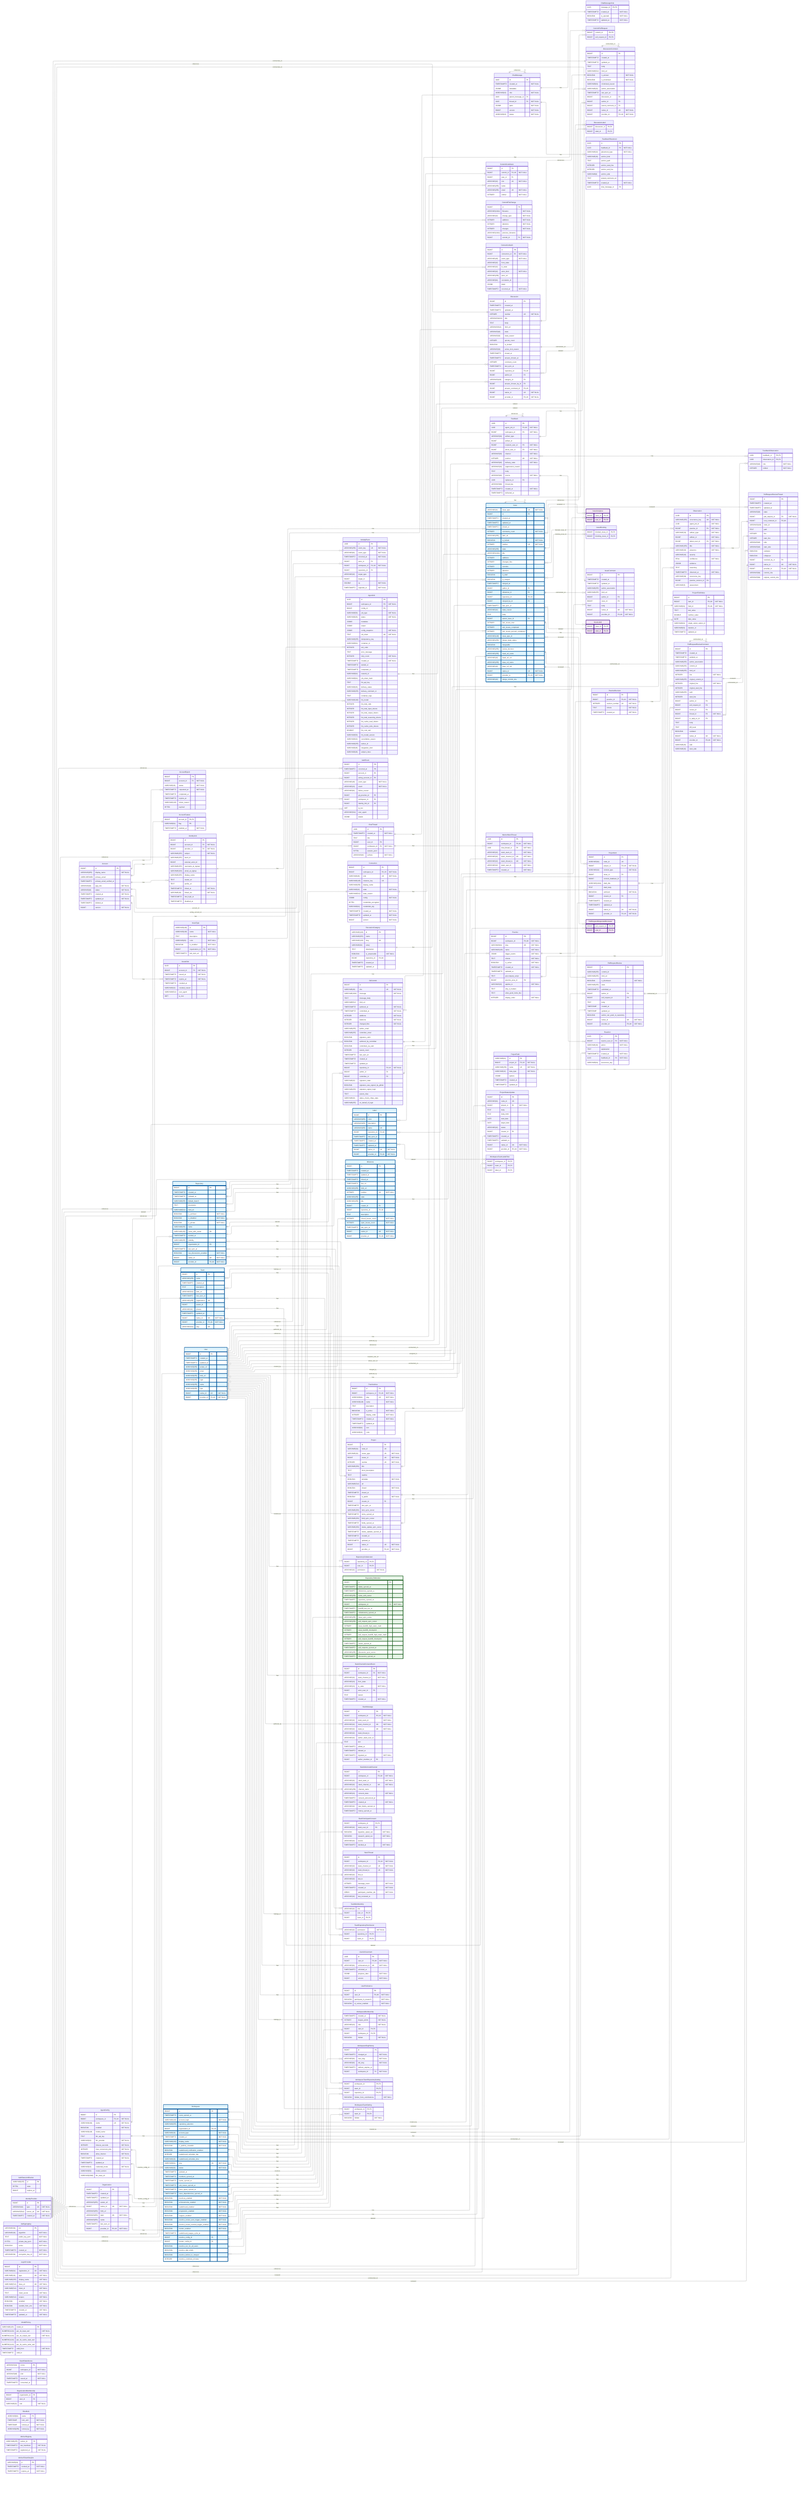
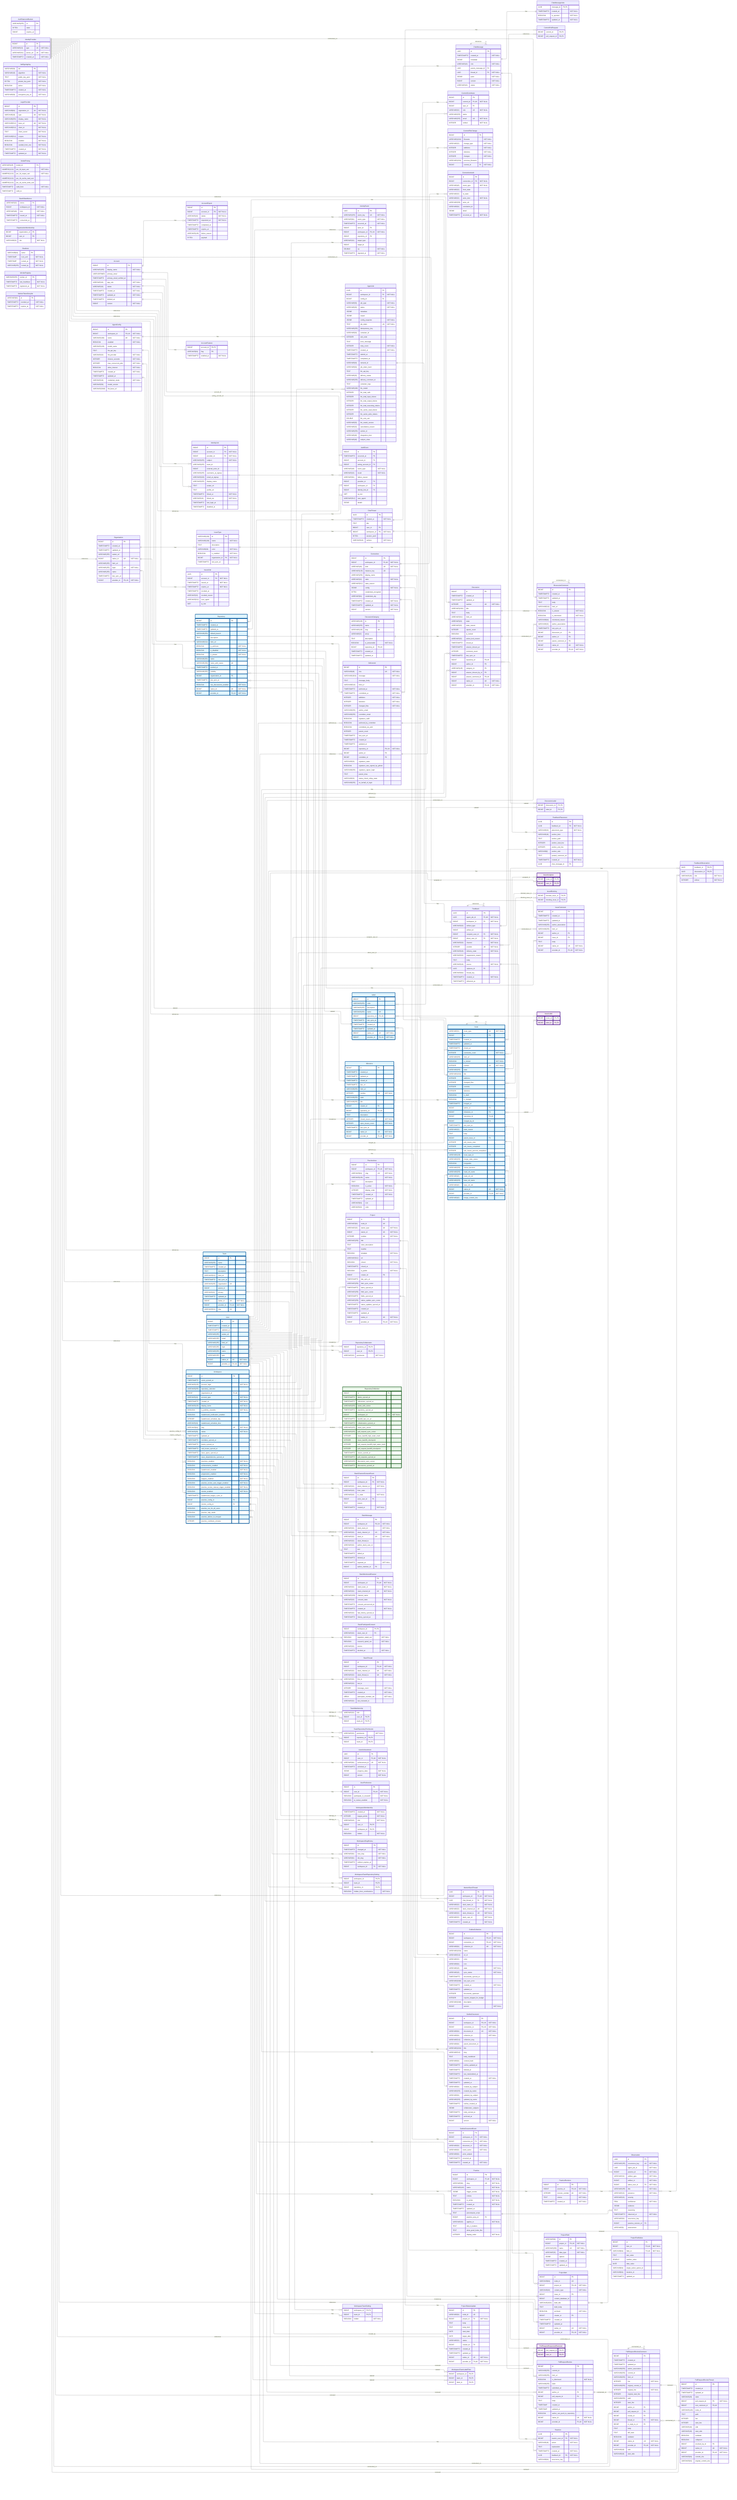
---
config:
    layout: elk
---
erDiagram
    %% Generated automatically from PostgreSQL database schema
    %% using scripts/generate-mermaid-erd.ts
    %% To regenerate: pnpm run db:generate-erd-docs

    direction LR

    Account {
        BIGINT id PK
        VARCHAR(255) display_name "NOT NULL"
        USER-DEFINED primary_email
        TIMESTAMPTZ primary_email_verified_at
        VARCHAR(16) app_role "NOT NULL"
        VARCHAR(16) status "NOT NULL"
        TIMESTAMPTZ created_at "NOT NULL"
        TIMESTAMPTZ updated_at "NOT NULL"
        TIMESTAMPTZ deleted_at
        BIGINT version "NOT NULL"
    }

    AccountExport {
        BIGINT id PK
        BIGINT account_id FK "NOT NULL"
        VARCHAR(16) status "NOT NULL"
        TIMESTAMPTZ requested_at "NOT NULL"
        TIMESTAMPTZ completed_at
        TIMESTAMPTZ expires_at
        VARCHAR(128) failure_reason
        BYTEA payload
    }

    AccountFeature {
        BIGINT account_id PK,FK
        VARCHAR(64) flag PK
        TIMESTAMPTZ enabled_at "NOT NULL"
    }

    ActivityEvent {
        UUID id PK
        VARCHAR(255) event_key UK "NOT NULL"
        VARCHAR(64) event_type "NOT NULL"
        TIMESTAMPTZ occurred_at "NOT NULL"
        BIGINT actor_id FK
        BIGINT workspace_id FK,UK "NOT NULL"
        BIGINT repository_id FK
        VARCHAR(32) target_type
        BIGINT target_id
        DOUBLE xp "NOT NULL"
        TIMESTAMPTZ ingested_at "NOT NULL"
    }

    AgentConfig {
        BIGINT id PK
        BIGINT workspace_id FK,UK "NOT NULL"
        VARCHAR(100) name UK "NOT NULL"
        BOOLEAN enabled "NOT NULL"
        VARCHAR(128) model_name
        TEXT llm_api_key
        VARCHAR(32) llm_provider "NOT NULL"
        INTEGER timeout_seconds "NOT NULL"
        INTEGER max_concurrent_jobs "NOT NULL"
        BOOLEAN allow_internet "NOT NULL"
        TIMESTAMPTZ created_at "NOT NULL"
        TIMESTAMPTZ updated_at
        VARCHAR(16) credential_mode "NOT NULL"
        VARCHAR(50) model_version
        VARCHAR(2048) llm_base_url
    }

    AgentJob {
        UUID id PK
        BIGINT workspace_id FK "NOT NULL"
        BIGINT config_id FK
        VARCHAR(50) job_type "NOT NULL"
        VARCHAR(20) status "NOT NULL"
        JSONB metadata
        JSONB output
        JSONB config_snapshot "NOT NULL"
        TEXT job_token UK "NOT NULL"
        VARCHAR(255) idempotency_key
        VARCHAR(64) container_id
        INTEGER exit_code
        TEXT error_message
        INTEGER retry_count "NOT NULL"
        TIMESTAMPTZ created_at "NOT NULL"
        TIMESTAMPTZ started_at
        TIMESTAMPTZ completed_at
        VARCHAR(64) network_id
        VARCHAR(64) job_token_hash
        TEXT llm_api_key
        VARCHAR(20) delivery_status
        VARCHAR(255) delivery_comment_id
        TEXT container_logs
        VARCHAR(100) llm_model
        INTEGER llm_total_calls
        INTEGER llm_total_input_tokens
        INTEGER llm_total_output_tokens
        INTEGER llm_total_reasoning_tokens
        INTEGER llm_cache_read_tokens
        INTEGER llm_cache_write_tokens
        DOUBLE llm_cost_usd
        VARCHAR(50) llm_model_version
        VARCHAR(32) cancellation_reason
        VARCHAR(255) worker_id
        VARCHAR(48) integration_kind
        VARCHAR(48) subject_class
    }

    AuthEvent {
        BIGINT id PK
        TIMESTAMPTZ occurred_at PK
        BIGINT account_id FK
        BIGINT acting_account_id FK
        VARCHAR(48) event_type "NOT NULL"
        VARCHAR(16) result "NOT NULL"
        VARCHAR(64) failure_reason
-         BIGINT git_provider_id FK
+         BIGINT provider_id FK
        BIGINT workspace_id FK
        BIGINT identity_link_id FK
        INET ip_inet
        VARCHAR(512) user_agent
        JSONB details
    }

    AuthRateLimitBucket {
        VARCHAR(255) id PK
        BYTEA state
        BIGINT expires_at
    }

    ChatMessage {
        UUID id PK
        TIMESTAMPTZ created_at "NOT NULL"
        JSONB metadata
        VARCHAR(16) role "NOT NULL"
        UUID parent_message_id FK
        UUID thread_id FK "NOT NULL"
        JSONB parts "NOT NULL"
        BIGINT version "NOT NULL"
        VARCHAR(16) status "NOT NULL"
    }

    ChatMessageVote {
        UUID message_id PK,FK
        TIMESTAMPTZ created_at "NOT NULL"
        BOOLEAN is_upvoted "NOT NULL"
        TIMESTAMPTZ updated_at "NOT NULL"
    }

    ChatThread {
        UUID id PK
        TIMESTAMPTZ created_at "NOT NULL"
        TEXT title
        BIGINT user_id FK
        BIGINT workspace_id FK "NOT NULL"
        BYTEA session_jsonl
        VARCHAR(16) surface "NOT NULL"
    }

    CommitContributor {
        BIGINT id PK
        BIGINT commit_id FK,UK "NOT NULL"
        BIGINT user_id FK
        VARCHAR(32) role UK "NOT NULL"
        VARCHAR(255) name
        VARCHAR(255) email UK "NOT NULL"
        INTEGER ordinal "NOT NULL"
    }

    CommitFileChange {
        BIGINT id PK
        VARCHAR(1024) filename "NOT NULL"
        VARCHAR(32) change_type "NOT NULL"
        INTEGER additions "NOT NULL"
        INTEGER deletions "NOT NULL"
        INTEGER changes "NOT NULL"
        VARCHAR(1024) previous_filename
        BIGINT commit_id FK "NOT NULL"
    }

    CommitPullRequest {
        BIGINT commit_id PK,FK
        BIGINT pull_request_id PK,FK
    }

    Connection {
        BIGINT id PK
        BIGINT workspace_id FK,UK "NOT NULL"
        VARCHAR(48) kind UK "NOT NULL"
        VARCHAR(128) instance_key UK
        VARCHAR(256) display_name
        VARCHAR(32) state "NOT NULL"
        VARCHAR(512) state_reason
        JSONB config "NOT NULL"
        BYTEA credentials_encrypted
        VARCHAR(64) credentials_alg
        TIMESTAMPTZ created_at "NOT NULL"
        TIMESTAMPTZ updated_at "NOT NULL"
        BIGINT version "NOT NULL"
    }

    ConnectionAudit {
        BIGINT id PK
        BIGINT connection_id FK "NOT NULL"
        VARCHAR(48) event_type "NOT NULL"
        VARCHAR(32) from_state
        VARCHAR(32) to_state
        VARCHAR(32) actor_kind "NOT NULL"
        VARCHAR(256) actor_ref
        VARCHAR(64) correlation_id
        JSONB detail
        TIMESTAMPTZ occurred_at "NOT NULL"
    }

    Discussion {
        BIGINT id PK
        TIMESTAMPTZ created_at
        TIMESTAMPTZ updated_at
        INTEGER number UK "NOT NULL"
        VARCHAR(1024) title
        TEXT body
        VARCHAR(512) html_url
        VARCHAR(16) state
        VARCHAR(32) state_reason
        INTEGER upvote_count
        BOOLEAN is_locked
        VARCHAR(32) active_lock_reason
        TIMESTAMPTZ closed_at
        TIMESTAMPTZ answer_chosen_at
        INTEGER comment_count
        TIMESTAMPTZ last_sync_at
        BIGINT repository_id FK,UK
        BIGINT author_id FK
        VARCHAR(128) category_id FK
        BIGINT answer_chosen_by_id FK
        BIGINT answer_comment_id FK,UK
        BIGINT native_id UK "NOT NULL"
        BIGINT provider_id FK,UK "NOT NULL"
    }

    DiscussionCategory {
        VARCHAR(128) id PK
        VARCHAR(255) name
        VARCHAR(128) slug UK
        VARCHAR(32) emoji
        TEXT description
        BOOLEAN is_answerable "NOT NULL"
        BIGINT repository_id FK,UK
        TIMESTAMPTZ created_at
        TIMESTAMPTZ updated_at
    }

    DiscussionComment {
        BIGINT id PK
        TIMESTAMPTZ created_at
        TIMESTAMPTZ updated_at
        TEXT body
        VARCHAR(512) html_url
        BOOLEAN is_answer "NOT NULL"
        BOOLEAN is_minimized "NOT NULL"
        VARCHAR(64) minimized_reason
        VARCHAR(32) author_association
        TIMESTAMPTZ last_sync_at
        BIGINT discussion_id FK
        BIGINT author_id FK
        BIGINT parent_comment_id FK
        BIGINT native_id UK "NOT NULL"
        BIGINT provider_id FK,UK "NOT NULL"
    }

    DiscussionLabel {
        BIGINT discussion_id PK,FK
        BIGINT label_id PK,FK
    }

    Feedback {
        UUID id PK
        UUID agent_job_id FK,UK "NOT NULL"
        BIGINT workspace_id FK "NOT NULL"
        VARCHAR(32) artifact_type
        BIGINT artifact_id
        BIGINT recipient_user_id FK "NOT NULL"
        BIGINT about_user_id FK "NOT NULL"
        VARCHAR(32) channel "NOT NULL"
        INTEGER position UK "NOT NULL"
        VARCHAR(16) delivery_state "NOT NULL"
        VARCHAR(32) suppression_reason
        TEXT body
        VARCHAR(16) source "NOT NULL"
        UUID replaces_id FK
        VARCHAR(64) thread_key
        TIMESTAMPTZ created_at "NOT NULL"
        TIMESTAMPTZ delivered_at
    }

    FeedbackObservation {
        UUID feedback_id PK,FK
        UUID observation_id PK,FK
        VARCHAR(16) role "NOT NULL"
        INTEGER ordinal "NOT NULL"
    }

    FeedbackPlacement {
        UUID id PK
        UUID feedback_id FK "NOT NULL"
        VARCHAR(32) placement_type "NOT NULL"
        VARCHAR(16) anchor_kind
        TEXT anchor_path
        INTEGER anchor_start_line
        INTEGER anchor_end_line
        VARCHAR(8) anchor_side
        TEXT posted_comment_ref
        TIMESTAMPTZ created_at "NOT NULL"
        UUID chat_message_id FK
    }

    GitCommit {
        BIGINT id PK
        VARCHAR(40) sha UK "NOT NULL"
        VARCHAR(1024) message "NOT NULL"
        TEXT message_body
        VARCHAR(512) html_url
        TIMESTAMPTZ authored_at "NOT NULL"
        TIMESTAMPTZ committed_at "NOT NULL"
        INTEGER additions "NOT NULL"
        INTEGER deletions "NOT NULL"
        INTEGER changed_files "NOT NULL"
        VARCHAR(255) author_email
        VARCHAR(255) committer_email
        BOOLEAN signature_valid
        BOOLEAN authored_by_committer
        BOOLEAN committed_via_web
        INTEGER parent_count
        TIMESTAMPTZ last_sync_at
        TIMESTAMPTZ created_at
        TIMESTAMPTZ updated_at
        BIGINT repository_id FK,UK "NOT NULL"
        BIGINT author_id FK
        BIGINT committer_id FK
        VARCHAR(32) signature_state
        BOOLEAN signature_was_signed_by_github
        VARCHAR(255) signature_signer_login
        TEXT parent_shas
        VARCHAR(32) status_check_rollup_state
        VARCHAR(255) on_behalf_of_login
    }

    IdentityLink {
        BIGINT id PK
        BIGINT account_id FK "NOT NULL"
        BIGINT provider_id FK "NOT NULL"
        VARCHAR(255) subject "NOT NULL"
        VARCHAR(255) team_id
        BIGINT external_actor_id
        VARCHAR(255) username_at_signup
        VARCHAR(320) email_at_signup
        VARCHAR(255) display_name
        TEXT avatar_url
        TEXT profile_url
        TIMESTAMPTZ linked_at "NOT NULL"
        VARCHAR(16) linked_via "NOT NULL"
        TIMESTAMPTZ last_login_at
        TIMESTAMPTZ disabled_at
    }

    IdentityProvider {
        BIGINT id PK
        VARCHAR(10) type UK "NOT NULL"
        VARCHAR(512) server_url UK "NOT NULL"
        TIMESTAMPTZ created_at "NOT NULL"
    }

    Issue {
        VARCHAR(31) issue_type UK "NOT NULL"
        BIGINT id PK
        TIMESTAMPTZ created_at
        TIMESTAMPTZ updated_at
        TIMESTAMPTZ closed_at
        INTEGER comments_count "NOT NULL"
        VARCHAR(255) html_url
        BOOLEAN is_locked "NOT NULL"
        INTEGER number UK "NOT NULL"
        VARCHAR(255) state
        VARCHAR(1024) title
        INTEGER additions
        INTEGER changed_files
        INTEGER commits
        INTEGER deletions
        BOOLEAN is_draft
        BOOLEAN is_merged
        TIMESTAMPTZ merged_at
        BIGINT author_id FK
        BIGINT milestone_id FK
        BIGINT repository_id FK,UK
        BIGINT merged_by_id FK
        TIMESTAMPTZ last_sync_at
        VARCHAR(32) state_reason
        TEXT body
        BIGINT parent_issue_id FK
        INTEGER sub_issues_total
        INTEGER sub_issues_completed
        INTEGER sub_issues_percent_completed
        VARCHAR(128) issue_type_id FK
        VARCHAR(255) merge_state_status
        BOOLEAN mergeable
        VARCHAR(255) review_decision
        VARCHAR(255) head_ref_name
        VARCHAR(40) head_ref_oid
        VARCHAR(255) base_ref_name
        VARCHAR(40) base_ref_oid
        BIGINT native_id UK "NOT NULL"
        BIGINT provider_id FK,UK "NOT NULL"
        VARCHAR(40) merge_commit_sha
    }

    IssueAssignee {
        BIGINT issue_id PK,FK
        BIGINT user_id PK,FK
    }

    IssueBlocking {
        BIGINT blocked_issue_id PK,FK
        BIGINT blocking_issue_id PK,FK
    }

    IssueComment {
        BIGINT id PK
        TIMESTAMPTZ created_at
        TIMESTAMPTZ updated_at
        VARCHAR(255) author_association
        VARCHAR(255) html_url
        BIGINT author_id FK
        BIGINT issue_id FK
        TEXT body
        BIGINT native_id UK "NOT NULL"
        BIGINT provider_id FK,UK "NOT NULL"
    }

    IssueLabel {
        BIGINT issue_id PK,FK
        BIGINT label_id PK,FK
    }

    IssueType {
        VARCHAR(128) id PK
        VARCHAR(128) name "NOT NULL"
        TEXT description
        VARCHAR(20) color "NOT NULL"
        BOOLEAN is_enabled "NOT NULL"
        BIGINT organization_id FK "NOT NULL"
        TIMESTAMPTZ last_sync_at
    }

    IssuedJwt {
        UUID jti PK
        BIGINT account_id FK "NOT NULL"
        TIMESTAMPTZ issued_at "NOT NULL"
        TIMESTAMPTZ expires_at "NOT NULL"
        TIMESTAMPTZ revoked_at
        VARCHAR(32) revoked_reason
        VARCHAR(512) user_agent
        INET ip_inet
    }

    JwtSigningKey {
        VARCHAR(64) kid PK
        VARCHAR(16) algorithm "NOT NULL"
        TEXT public_key_pem "NOT NULL"
        BYTEA private_key_pem "NOT NULL"
        BOOLEAN active "NOT NULL"
        TIMESTAMPTZ created_at "NOT NULL"
        VARCHAR(64) encryption_key_id "NOT NULL"
    }

    Label {
        BIGINT id PK
        VARCHAR(255) color
        VARCHAR(255) description
        VARCHAR(255) name UK
        BIGINT repository_id FK,UK
        TIMESTAMPTZ last_sync_at
        TIMESTAMPTZ created_at
        TIMESTAMPTZ updated_at
        BIGINT native_id UK "NOT NULL"
        BIGINT provider_id FK,UK "NOT NULL"
    }

    LoginProvider {
        BIGINT id PK
        VARCHAR(64) registration_id UK "NOT NULL"
        VARCHAR(10) type UK "NOT NULL"
        VARCHAR(255) display_name "NOT NULL"
        VARCHAR(512) base_url UK "NOT NULL"
        VARCHAR(512) client_id "NOT NULL"
        TEXT client_secret "NOT NULL"
        VARCHAR(512) scopes "NOT NULL"
        BOOLEAN enabled "NOT NULL"
        BOOLEAN seeded_from_env "NOT NULL"
        TIMESTAMPTZ created_at "NOT NULL"
        TIMESTAMPTZ updated_at "NOT NULL"
    }

    MentorSlackThread {
        UUID id PK
        BIGINT workspace_id FK,UK "NOT NULL"
        UUID chat_thread_id FK "NOT NULL"
        VARCHAR(32) slack_team_id "NOT NULL"
        VARCHAR(32) slack_channel_id UK "NOT NULL"
        VARCHAR(32) slack_thread_ts UK "NOT NULL"
        VARCHAR(32) slack_user_id "NOT NULL"
        TIMESTAMPTZ created_at "NOT NULL"
    }

    Milestone {
        BIGINT id PK
        TIMESTAMPTZ created_at
        TIMESTAMPTZ updated_at
        TIMESTAMPTZ closed_at
        TIMESTAMPTZ due_on
        VARCHAR(255) html_url
        INTEGER number UK "NOT NULL"
        VARCHAR(255) state
        VARCHAR(255) title
        BIGINT creator_id FK
        BIGINT repository_id FK,UK
        TEXT description
        INTEGER closed_issues_count "NOT NULL"
        INTEGER open_issues_count "NOT NULL"
        TIMESTAMPTZ last_sync_at
        BIGINT native_id UK "NOT NULL"
        BIGINT provider_id FK,UK "NOT NULL"
    }

    ModelPricing {
        VARCHAR(128) model_id PK
        NUMERIC(12,6) per_1k_input_usd "NOT NULL"
        NUMERIC(12,6) per_1k_output_usd "NOT NULL"
        NUMERIC(12,6) per_1k_cache_read_usd
        NUMERIC(12,6) per_1k_cache_write_usd
        TIMESTAMPTZ valid_from "NOT NULL"
        TIMESTAMPTZ valid_to
    }

    OauthStateNonce {
        VARCHAR(32) nonce PK
        BIGINT workspace_id "NOT NULL"
        VARCHAR(48) kind "NOT NULL"
        TIMESTAMPTZ issued_at "NOT NULL"
        TIMESTAMPTZ consumed_at
    }

    Observation {
        UUID id PK
        VARCHAR(255) occurrence_key UK "NOT NULL"
        UUID agent_job_id "NOT NULL"
        BIGINT practice_id FK "NOT NULL"
        VARCHAR(32) artifact_type "NOT NULL"
        BIGINT artifact_id "NOT NULL"
        BIGINT about_user_id FK "NOT NULL"
        VARCHAR(255) title "NOT NULL"
        VARCHAR(16) presence "NOT NULL"
        VARCHAR(16) severity
        REAL confidence "NOT NULL"
        JSONB evidence
        TEXT reasoning
        TIMESTAMPTZ observed_at "NOT NULL"
        VARCHAR(64) recurrence_key
        BIGINT practice_revision_id FK
        VARCHAR(8) assessment
    }

    Organization {
        BIGINT id PK
        TIMESTAMPTZ created_at
        TIMESTAMPTZ updated_at
        VARCHAR(255) avatar_url
        BIGINT native_id UK "NOT NULL"
        VARCHAR(255) html_url
        VARCHAR(255) login UK "NOT NULL"
        VARCHAR(255) name
        TIMESTAMPTZ last_sync_at
        BIGINT provider_id FK,UK "NOT NULL"
    }

    OrganizationMembership {
        BIGINT organization_id PK
        BIGINT user_id PK
        VARCHAR(32) role "NOT NULL"
    }

+     OutlineCollection {
+         BIGINT id PK
+         BIGINT workspace_id FK,UK "NOT NULL"
+         BIGINT connection_id FK,UK "NOT NULL"
+         VARCHAR(64) collection_id UK "NOT NULL"
+         VARCHAR(1024) name
+         VARCHAR(512) url_id
+         VARCHAR(32) color
+         VARCHAR(64) icon
+         VARCHAR(16) state "NOT NULL"
+         VARCHAR(16) sync_status "NOT NULL"
+         TIMESTAMPTZ documents_synced_at
+         VARCHAR(2048) last_sync_error
+         TIMESTAMPTZ created_at "NOT NULL"
+         TIMESTAMPTZ updated_at
+         INTEGER documents_upstream
+         INTEGER exports_skipped_for_budget
+         VARCHAR(2048) description
+         BIGINT version "NOT NULL"
+     }
+ 
+     OutlineDocument {
+         BIGINT id PK
+         BIGINT workspace_id FK,UK "NOT NULL"
+         BIGINT connection_id FK,UK "NOT NULL"
+         VARCHAR(64) document_id UK "NOT NULL"
+         VARCHAR(64) collection_id "NOT NULL"
+         VARCHAR(512) collection_slug
+         VARCHAR(64) parent_document_id
+         VARCHAR(1024) title
+         VARCHAR(512) slug
+         TEXT body_markdown
+         VARCHAR(64) content_hash
+         TIMESTAMPTZ outline_updated_at
+         TIMESTAMPTZ deleted_at
+         TIMESTAMPTZ last_materialized_at
+         TIMESTAMPTZ created_at "NOT NULL"
+         TIMESTAMPTZ updated_at
+         VARCHAR(64) created_by_subject
+         VARCHAR(255) created_by_name
+         VARCHAR(64) updated_by_subject
+         VARCHAR(255) updated_by_name
+         TIMESTAMPTZ outline_created_at
+         JSONB collaborator_subjects
+         TIMESTAMPTZ body_evicted_at
+         TIMESTAMPTZ archived_at
+         BIGINT version "NOT NULL"
+     }
+ 
+     OutlineDocumentEvent {
+         BIGINT id PK
+         BIGINT workspace_id FK "NOT NULL"
+         BIGINT connection_id FK "NOT NULL"
+         VARCHAR(64) document_id "NOT NULL"
+         VARCHAR(64) event_name "NOT NULL"
+         VARCHAR(64) actor_subject
+         TIMESTAMPTZ occurred_at
+         TIMESTAMPTZ created_at "NOT NULL"
+     }
+ 
    Practice {
        BIGINT id PK
        BIGINT workspace_id FK,UK "NOT NULL"
        VARCHAR(64) slug UK "NOT NULL"
        VARCHAR(128) name "NOT NULL"
        JSONB trigger_events "NOT NULL"
        TEXT criteria "NOT NULL"
        BOOLEAN is_active "NOT NULL"
        TIMESTAMPTZ created_at "NOT NULL"
        TIMESTAMPTZ updated_at
        TEXT precompute_script
        BIGINT practice_area_id FK
        VARCHAR(32) applies_to "NOT NULL"
        TEXT why_it_matters
        TEXT what_good_looks_like
        INTEGER display_order "NOT NULL"
    }

    PracticeArea {
        BIGINT id PK
        BIGINT workspace_id FK,UK "NOT NULL"
        VARCHAR(64) slug UK "NOT NULL"
        VARCHAR(128) name "NOT NULL"
        TEXT description
        BOOLEAN is_active "NOT NULL"
        INTEGER display_order "NOT NULL"
        TIMESTAMPTZ created_at "NOT NULL"
        TIMESTAMPTZ updated_at
        VARCHAR(64) icon
        VARCHAR(32) color
    }

    PracticeRevision {
        BIGINT id PK
        BIGINT practice_id FK,UK "NOT NULL"
        INTEGER revision_number UK "NOT NULL"
        TEXT criteria "NOT NULL"
        TIMESTAMPTZ created_at "NOT NULL"
    }

    Project {
        BIGINT id PK
        VARCHAR(64) node_id UK
        VARCHAR(32) owner_type UK "NOT NULL"
        BIGINT owner_id UK "NOT NULL"
        INTEGER number UK "NOT NULL"
        VARCHAR(256) title
        TEXT short_description
        TEXT readme
        BOOLEAN template "NOT NULL"
        VARCHAR(512) url
        BOOLEAN closed "NOT NULL"
        TIMESTAMPTZ closed_at
        BOOLEAN is_public "NOT NULL"
        BIGINT creator_id FK
        TIMESTAMPTZ last_sync_at
        VARCHAR(256) item_sync_cursor
        TIMESTAMPTZ items_synced_at
        VARCHAR(256) field_sync_cursor
        TIMESTAMPTZ fields_synced_at
        VARCHAR(256) status_update_sync_cursor
        TIMESTAMPTZ status_updates_synced_at
        TIMESTAMPTZ created_at
        TIMESTAMPTZ updated_at
        BIGINT native_id UK "NOT NULL"
        BIGINT provider_id FK,UK "NOT NULL"
    }

    ProjectField {
        VARCHAR(64) id PK
        BIGINT project_id FK,UK "NOT NULL"
        VARCHAR(256) name UK "NOT NULL"
        VARCHAR(32) data_type "NOT NULL"
        JSONB options
        TIMESTAMPTZ created_at
        TIMESTAMPTZ updated_at
    }

    ProjectFieldValue {
        BIGINT id PK
        BIGINT item_id FK,UK "NOT NULL"
        VARCHAR(64) field_id FK,UK "NOT NULL"
        TEXT text_value
        DOUBLE number_value
        DATE date_value
        VARCHAR(64) single_select_option_id
        VARCHAR(64) iteration_id
        TIMESTAMPTZ updated_at
    }

    ProjectItem {
        BIGINT id PK
        VARCHAR(64) node_id UK
        BIGINT project_id FK,UK "NOT NULL"
        VARCHAR(32) content_type "NOT NULL"
        BIGINT issue_id FK
        BIGINT content_database_id
        VARCHAR(1024) draft_title
        TEXT draft_body
        BOOLEAN archived "NOT NULL"
        BIGINT creator_id FK
        TIMESTAMPTZ created_at
        TIMESTAMPTZ updated_at
        BIGINT native_id UK "NOT NULL"
        BIGINT provider_id FK,UK "NOT NULL"
    }

    ProjectStatusUpdate {
        BIGINT id PK
        VARCHAR(64) node_id UK
        BIGINT project_id FK "NOT NULL"
        TEXT body
        TEXT body_html
        DATE start_date
        DATE target_date
        VARCHAR(32) status
        BIGINT creator_id FK
        TIMESTAMPTZ created_at
        TIMESTAMPTZ updated_at
        BIGINT native_id UK "NOT NULL"
        BIGINT provider_id FK,UK "NOT NULL"
    }

    PullRequestRequestedReviewer {
        BIGINT pull_request_id PK,FK
        BIGINT user_id PK,FK
    }

    PullRequestReview {
        BIGINT id PK
        VARCHAR(255) commit_id
        VARCHAR(255) html_url
        BOOLEAN is_dismissed "NOT NULL"
        VARCHAR(255) state
        TIMESTAMPTZ submitted_at
        BIGINT author_id FK
        BIGINT pull_request_id FK
        TEXT body
        TIMESTAMP created_at
        TIMESTAMP updated_at
        BOOLEAN author_can_push_to_repository
        BIGINT native_id UK "NOT NULL"
        BIGINT provider_id FK,UK "NOT NULL"
    }

    PullRequestReviewComment {
        BIGINT id PK
        TIMESTAMPTZ created_at
        TIMESTAMPTZ updated_at
        VARCHAR(255) author_association
        VARCHAR(255) commit_id
        VARCHAR(255) html_url
        INTEGER line "NOT NULL"
        VARCHAR(255) original_commit_id
        INTEGER original_line "NOT NULL"
        INTEGER original_start_line
        VARCHAR(255) path
        INTEGER start_line
        BIGINT author_id FK
        BIGINT pull_request_id FK
        BIGINT review_id FK
        BIGINT thread_id FK "NOT NULL"
        BIGINT in_reply_to_id FK
        TEXT body
        TEXT diff_hunk
        BOOLEAN outdated
        BIGINT native_id UK "NOT NULL"
        BIGINT provider_id FK,UK "NOT NULL"
        VARCHAR(16) side
        VARCHAR(16) start_side
    }

    PullRequestReviewThread {
        BIGINT id PK
        TIMESTAMPTZ created_at
        TIMESTAMPTZ updated_at
        VARCHAR(20) state
        BIGINT pull_request_id FK "NOT NULL"
        BIGINT root_comment_id FK,UK
        VARCHAR(128) node_id
        TEXT path
        INTEGER line
        INTEGER start_line
        VARCHAR(16) side
        VARCHAR(16) start_side
        BOOLEAN outdated
        BOOLEAN collapsed
        BIGINT resolved_by_id FK
        BIGINT native_id UK "NOT NULL"
        BIGINT provider_id FK,UK "NOT NULL"
        VARCHAR(64) commit_sha
        VARCHAR(64) original_commit_sha
    }

    Reaction {
        UUID id PK
        BIGINT reactor_user_id FK "NOT NULL"
        VARCHAR(16) action "NOT NULL"
        TEXT explanation
        TIMESTAMPTZ created_at "NOT NULL"
        UUID feedback_id FK "NOT NULL"
        VARCHAR(64) recurrence_key
    }

    Repository {
        BIGINT id PK
        TIMESTAMPTZ created_at
        TIMESTAMPTZ updated_at
        VARCHAR(255) default_branch
        TEXT description
        VARCHAR(512) html_url
        BOOLEAN is_archived "NOT NULL"
        BOOLEAN is_disabled "NOT NULL"
        BOOLEAN is_private "NOT NULL"
        VARCHAR(255) name
        VARCHAR(150) name_with_owner UK
        TIMESTAMPTZ pushed_at
        VARCHAR(255) visibility
        BIGINT organization_id FK
        TIMESTAMPTZ last_sync_at
        BOOLEAN has_discussions_enabled "NOT NULL"
        BIGINT native_id UK "NOT NULL"
        BIGINT provider_id FK,UK "NOT NULL"
    }

    RepositoryCollaborator {
        BIGINT repository_id PK,FK
        BIGINT user_id PK,FK
        VARCHAR(32) permission "NOT NULL"
    }

    RepositoryToMonitor {
        BIGINT id PK
        TIMESTAMPTZ labels_synced_at
        TIMESTAMPTZ milestones_synced_at
        VARCHAR(255) name_with_owner
        TIMESTAMPTZ repository_synced_at
        BIGINT workspace_id FK "NOT NULL"
        TIMESTAMPTZ backfill_last_run_at
        TIMESTAMPTZ collaborators_synced_at
        VARCHAR(255) issue_sync_cursor
        VARCHAR(255) pull_request_sync_cursor
        INTEGER issue_backfill_high_water_mark
        INTEGER issue_backfill_checkpoint
        INTEGER pull_request_backfill_high_water_mark
        INTEGER pull_request_backfill_checkpoint
        TIMESTAMPTZ issues_synced_at
        TIMESTAMPTZ pull_requests_synced_at
        VARCHAR(255) discussion_sync_cursor
        TIMESTAMPTZ discussions_synced_at
    }

    Shedlock {
        VARCHAR(64) name PK
        TIMESTAMP lock_until "NOT NULL"
        TIMESTAMP locked_at "NOT NULL"
        VARCHAR(255) locked_by "NOT NULL"
    }

    SlackChannelConsentEvent {
        BIGINT id PK
        BIGINT workspace_id FK "NOT NULL"
        VARCHAR(32) slack_channel_id "NOT NULL"
        VARCHAR(16) from_state
        VARCHAR(16) to_state "NOT NULL"
        BIGINT actor_user_id FK
        TEXT reason
        TIMESTAMPTZ created_at "NOT NULL"
    }

    SlackMessage {
        BIGINT id PK
        BIGINT workspace_id FK,UK "NOT NULL"
        VARCHAR(32) slack_team_id "NOT NULL"
        VARCHAR(32) slack_channel_id UK "NOT NULL"
        VARCHAR(32) slack_ts UK "NOT NULL"
        VARCHAR(32) slack_thread_ts
        VARCHAR(32) author_slack_user_id
        TEXT text
        TIMESTAMPTZ edited_at
        TIMESTAMPTZ deleted_at
        TIMESTAMPTZ ingested_at "NOT NULL"
        BIGINT author_member_id FK
    }

    SlackMonitoredChannel {
        BIGINT id PK
        BIGINT workspace_id FK,UK "NOT NULL"
        VARCHAR(32) slack_team_id "NOT NULL"
        VARCHAR(32) slack_channel_id UK "NOT NULL"
        VARCHAR(256) channel_name
        VARCHAR(16) consent_state "NOT NULL"
        TIMESTAMPTZ consent_announced_at
        TIMESTAMPTZ created_at "NOT NULL"
        VARCHAR(32) last_history_synced_ts
        TIMESTAMPTZ history_synced_at
    }

    SlackParticipantConsent {
        BIGINT workspace_id PK,FK
        VARCHAR(32) slack_user_id PK
        BOOLEAN ingestion_opted_out "NOT NULL"
        BOOLEAN research_opted_out "NOT NULL"
        VARCHAR(32) source
        TIMESTAMPTZ decided_at "NOT NULL"
    }

    SlackThread {
        BIGINT id PK
        BIGINT workspace_id FK,UK "NOT NULL"
        VARCHAR(32) slack_channel_id UK "NOT NULL"
        VARCHAR(32) slack_thread_ts UK "NOT NULL"
        VARCHAR(32) first_ts
        VARCHAR(32) last_ts
        INTEGER message_count "NOT NULL"
        TIMESTAMPTZ created_at "NOT NULL"
        ARRAY participant_member_ids "NOT NULL"
        VARCHAR(32) last_reviewed_ts
    }

    Team {
        BIGINT id PK
        VARCHAR(255) name
        TIMESTAMPTZ created_at
        TEXT description
        VARCHAR(512) html_url
        TIMESTAMPTZ last_sync_at
        VARCHAR(255) organization UK
        BIGINT parent_id
        VARCHAR(32) privacy
        TIMESTAMPTZ updated_at
        BIGINT native_id UK "NOT NULL"
        BIGINT provider_id FK,UK "NOT NULL"
        VARCHAR(512) slug UK
    }

    TeamMembership {
        VARCHAR(32) role
        BIGINT user_id PK,FK
        BIGINT team_id PK,FK
    }

    TeamRepositoryPermission {
        VARCHAR(32) permission "NOT NULL"
        BIGINT repository_id PK,FK
        BIGINT team_id PK,FK
    }

    User {
        BIGINT id PK
        TIMESTAMPTZ created_at
        TIMESTAMPTZ updated_at
        VARCHAR(255) avatar_url
        VARCHAR(255) email
        VARCHAR(255) html_url
        VARCHAR(255) login
        VARCHAR(255) name
        VARCHAR(255) type
        BIGINT native_id UK "NOT NULL"
        BIGINT provider_id FK,UK "NOT NULL"
    }

    UserAchievement {
        UUID id PK
        BIGINT user_id FK,UK "NOT NULL"
        VARCHAR(64) achievement_id UK "NOT NULL"
        TIMESTAMPTZ unlocked_at
        JSONB progress_data "NOT NULL"
        BIGINT version "NOT NULL"
    }

    UserPreference {
        BIGINT id PK
        BIGINT user_id FK,UK "NOT NULL"
        BOOLEAN participate_in_research "NOT NULL"
        BOOLEAN ai_review_enabled "NOT NULL"
    }

    WorkerRegistry {
        VARCHAR(255) worker_id PK
        TIMESTAMPTZ last_heartbeat "NOT NULL"
        TIMESTAMPTZ registered_at "NOT NULL"
    }

    WorkerTokenDenylist {
        VARCHAR(64) jti PK
        TIMESTAMPTZ revoked_at "NOT NULL"
        TIMESTAMPTZ expires_at "NOT NULL"
    }

    Workspace {
        BIGINT id PK
        TIMESTAMPTZ users_synced_at
        VARCHAR(120) account_login "NOT NULL"
        VARCHAR(255) repository_selection
        BIGINT organization_id FK,UK
        VARCHAR(10) account_type "NOT NULL"
        TIMESTAMPTZ created_at "NOT NULL"
        VARCHAR(120) display_name "NOT NULL"
        BOOLEAN is_publicly_viewable "NOT NULL"
        BOOLEAN leaderboard_notification_enabled
        INTEGER leaderboard_schedule_day
        VARCHAR(10) leaderboard_schedule_time
        VARCHAR(64) slug UK "NOT NULL"
        VARCHAR(20) status "NOT NULL"
        TIMESTAMPTZ updated_at
        TIMESTAMPTZ members_synced_at
        TIMESTAMPTZ teams_synced_at
        TIMESTAMPTZ sub_issues_synced_at
        TIMESTAMPTZ issue_types_synced_at
        TIMESTAMPTZ issue_dependencies_synced_at
        BOOLEAN practices_enabled "NOT NULL"
        BOOLEAN achievements_enabled "NOT NULL"
        BOOLEAN leaderboard_enabled "NOT NULL"
        BOOLEAN progression_enabled "NOT NULL"
        BOOLEAN leagues_enabled "NOT NULL"
        BOOLEAN practice_review_auto_trigger_enabled "NOT NULL"
        BOOLEAN practice_review_manual_trigger_enabled "NOT NULL"
        BOOLEAN mentor_enabled "NOT NULL"
        TIMESTAMPTZ leaderboard_league_cycle_at
        BIGINT practice_config_id FK
        BIGINT mentor_config_id FK
        BOOLEAN practice_run_for_all_users
        BOOLEAN practice_skip_drafts
        BOOLEAN practice_deliver_to_merged
        INTEGER practice_cooldown_minutes
    }

    WorkspaceMembership {
        TIMESTAMPTZ created_at "NOT NULL"
        INTEGER league_points "NOT NULL"
        VARCHAR(16) role "NOT NULL"
        BIGINT user_id PK,FK
        BIGINT workspace_id PK,FK
        BOOLEAN hidden "NOT NULL"
    }

    WorkspaceSlugHistory {
        BIGINT id PK
        TIMESTAMPTZ changed_at "NOT NULL"
        VARCHAR(64) new_slug "NOT NULL"
        VARCHAR(64) old_slug "NOT NULL"
        TIMESTAMPTZ redirect_expires_at
        BIGINT workspace_id FK "NOT NULL"
    }

    WorkspaceTeamLabelFilter {
        BIGINT workspace_id PK,FK
        BIGINT team_id PK,FK
        BIGINT label_id PK,FK
    }

    WorkspaceTeamRepositorySetting {
        BIGINT workspace_id PK,FK
        BIGINT team_id PK,FK
        BIGINT repository_id PK,FK
        BOOLEAN hidden_from_contributions "NOT NULL"
    }

    WorkspaceTeamSetting {
        BIGINT workspace_id PK,FK
        BIGINT team_id PK,FK
        BOOLEAN hidden "NOT NULL"
    }

    %% Relationships
    %% One-to-One relationships
    Account ||--|| AccountFeature : has
    Workspace ||--|| ActivityEvent : has
    Workspace ||--|| AgentConfig : has
    ChatMessage ||--|| ChatMessageVote : has
    GitCommit ||--|| CommitContributor : has
    Workspace ||--|| Connection : has
    Repository ||--|| Discussion : has
    DiscussionComment ||--|| Discussion : references
    IdentityProvider ||--|| Discussion : references
    Repository ||--|| DiscussionCategory : has
    IdentityProvider ||--|| DiscussionComment : commented_on
    AgentJob ||--|| Feedback : has
    Repository ||--|| GitCommit : has
    Repository ||--|| Issue : has
    IdentityProvider ||--|| Issue : references
    IdentityProvider ||--|| IssueComment : commented_on
    Repository ||--|| Label : labeled
    IdentityProvider ||--|| Label : labeled
    Workspace ||--|| MentorSlackThread : has
    Repository ||--|| Milestone : has
    IdentityProvider ||--|| Milestone : references
    IdentityProvider ||--|| Organization : references
+     Workspace ||--|| OutlineCollection : has
+     Connection ||--|| OutlineCollection : has
+     Workspace ||--|| OutlineDocument : has
+     Connection ||--|| OutlineDocument : has
    Workspace ||--|| Practice : has
    Workspace ||--|| PracticeArea : has
    Practice ||--|| PracticeRevision : has
    IdentityProvider ||--|| Project : references
    Project ||--|| ProjectField : has
    ProjectItem ||--|| ProjectFieldValue : has
    ProjectField ||--|| ProjectFieldValue : has
    Project ||--|| ProjectItem : has
    IdentityProvider ||--|| ProjectItem : references
    IdentityProvider ||--|| ProjectStatusUpdate : references
    IdentityProvider ||--|| PullRequestReview : reviewed
    IdentityProvider ||--|| PullRequestReviewComment : commented_on
    PullRequestReviewComment ||--|| PullRequestReviewThread : reviewed
    IdentityProvider ||--|| PullRequestReviewThread : reviewed
    IdentityProvider ||--|| Repository : references
    Workspace ||--|| SlackMessage : has
    Workspace ||--|| SlackMonitoredChannel : has
    Workspace ||--|| SlackParticipantConsent : has
    Workspace ||--|| SlackThread : has
    IdentityProvider ||--|| Team : references
    IdentityProvider ||--|| User : references
    User ||--|| UserAchievement : has
    User ||--|| UserPreference : has
    Organization ||--|| Workspace : has
    User ||--|| WorkspaceMembership : belongs_to
    Workspace ||--|| WorkspaceMembership : belongs_to

    %% One-to-Many relationships
    Account ||--o{ AccountExport : has
    User ||--o{ ActivityEvent : references
    Repository ||--o{ ActivityEvent : has
    Workspace ||--o{ AgentJob : has
    AgentConfig ||--o{ AgentJob : has
    Account ||--o{ AuthEvent : account_id
    Account ||--o{ AuthEvent : acting_account_id
    IdentityProvider ||--o{ AuthEvent : references
    Workspace ||--o{ AuthEvent : has
    IdentityLink ||--o{ AuthEvent : has
    ChatMessage ||--o{ ChatMessage : references
    ChatThread ||--o{ ChatMessage : has
    User ||--o{ ChatThread : has
    Workspace ||--o{ ChatThread : has
    User ||--o{ CommitContributor : has
    GitCommit ||--o{ CommitFileChange : has
    Connection ||--o{ ConnectionAudit : has
    User ||--o{ Discussion : authored_by
    DiscussionCategory ||--o{ Discussion : has
    User ||--o{ Discussion : references
    Discussion ||--o{ DiscussionComment : commented_on
    User ||--o{ DiscussionComment : commented_on
    DiscussionComment ||--o{ DiscussionComment : commented_on
    Workspace ||--o{ Feedback : has
    User ||--o{ Feedback : recipient_user_id
    User ||--o{ Feedback : about_user_id
    Feedback ||--o{ Feedback : references
    Feedback ||--o{ FeedbackPlacement : has
    ChatMessage ||--o{ FeedbackPlacement : has
    User ||--o{ GitCommit : authored_by
    User ||--o{ GitCommit : references
    Account ||--o{ IdentityLink : has
    IdentityProvider ||--o{ IdentityLink : references
    User ||--o{ Issue : authored_by
    Milestone ||--o{ Issue : has
    User ||--o{ Issue : merged_by
    Issue ||--o{ Issue : has
    IssueType ||--o{ Issue : has
    User ||--o{ IssueComment : commented_on
    Issue ||--o{ IssueComment : commented_on
    Organization ||--o{ IssueType : has
    Account ||--o{ IssuedJwt : has
    ChatThread ||--o{ MentorSlackThread : has
    User ||--o{ Milestone : created_by
    Practice ||--o{ Observation : has
    User ||--o{ Observation : has
    PracticeRevision ||--o{ Observation : has
+     Workspace ||--o{ OutlineDocumentEvent : has
+     Connection ||--o{ OutlineDocumentEvent : has
    PracticeArea ||--o{ Practice : has
    User ||--o{ Project : created_by
    Issue ||--o{ ProjectItem : has
    User ||--o{ ProjectItem : created_by
    Project ||--o{ ProjectStatusUpdate : has
    User ||--o{ ProjectStatusUpdate : created_by
    User ||--o{ PullRequestReview : reviewed
    Issue ||--o{ PullRequestReview : reviewed
    User ||--o{ PullRequestReviewComment : commented_on
    Issue ||--o{ PullRequestReviewComment : commented_on
    PullRequestReview ||--o{ PullRequestReviewComment : commented_on
    PullRequestReviewThread ||--o{ PullRequestReviewComment : commented_on
    PullRequestReviewComment ||--o{ PullRequestReviewComment : commented_on
    Issue ||--o{ PullRequestReviewThread : reviewed
    User ||--o{ PullRequestReviewThread : reviewed
    User ||--o{ Reaction : has
    Feedback ||--o{ Reaction : has
    Organization ||--o{ Repository : has
    Workspace ||--o{ RepositoryToMonitor : monitors
    Workspace ||--o{ SlackChannelConsentEvent : has
    User ||--o{ SlackChannelConsentEvent : has
    User ||--o{ SlackMessage : authored_by
    AgentConfig ||--o{ Workspace : practice_config_id
    AgentConfig ||--o{ Workspace : mentor_config_id
    Workspace ||--o{ WorkspaceSlugHistory : has

    %% Many-to-Many relationships
    GitCommit }o--o{ CommitPullRequest : has
    Issue }o--o{ CommitPullRequest : references
    Discussion }o--o{ DiscussionLabel : labeled
    Label }o--o{ DiscussionLabel : labeled
    Feedback }o--o{ FeedbackObservation : has
    Observation }o--o{ FeedbackObservation : has
    Issue }o--o{ IssueAssignee : assigned_to
    User }o--o{ IssueAssignee : assigned_to
    Issue }o--o{ IssueBlocking : blocked_issue_id
    Issue }o--o{ IssueBlocking : blocking_issue_id
    Issue }o--o{ IssueLabel : labeled
    Label }o--o{ IssueLabel : labeled
    Issue }o--o{ PullRequestRequestedReviewer : reviewed
    User }o--o{ PullRequestRequestedReviewer : reviewed
    Repository }o--o{ RepositoryCollaborator : has
    User }o--o{ RepositoryCollaborator : has
    User }o--o{ TeamMembership : belongs_to
    Team }o--o{ TeamMembership : belongs_to
    Repository }o--o{ TeamRepositoryPermission : has
    Team }o--o{ TeamRepositoryPermission : has
    Workspace }o--o{ WorkspaceTeamLabelFilter : labeled
    Team }o--o{ WorkspaceTeamLabelFilter : labeled
    Label }o--o{ WorkspaceTeamLabelFilter : labeled
    Workspace }o--o{ WorkspaceTeamRepositorySetting : has
    Team }o--o{ WorkspaceTeamRepositorySetting : has
    Repository }o--o{ WorkspaceTeamRepositorySetting : has
    Workspace }o--o{ WorkspaceTeamSetting : has
    Team }o--o{ WorkspaceTeamSetting : has

    %% Styling
    classDef primaryEntity fill:#e1f5fe,stroke:#01579b,stroke-width:2px
    classDef associationEntity fill:#f3e5f5,stroke:#4a148c,stroke-width:2px
    classDef metadataEntity fill:#e8f5e8,stroke:#1b5e20,stroke-width:2px

    class Issue primaryEntity
    class IssueAssignee associationEntity
    class IssueLabel associationEntity
    class Label primaryEntity
    class Milestone primaryEntity
    class PullRequestRequestedReviewer associationEntity
    class Repository primaryEntity
    class RepositoryToMonitor metadataEntity
    class Team primaryEntity
    class User primaryEntity
    class Workspace primaryEntity
